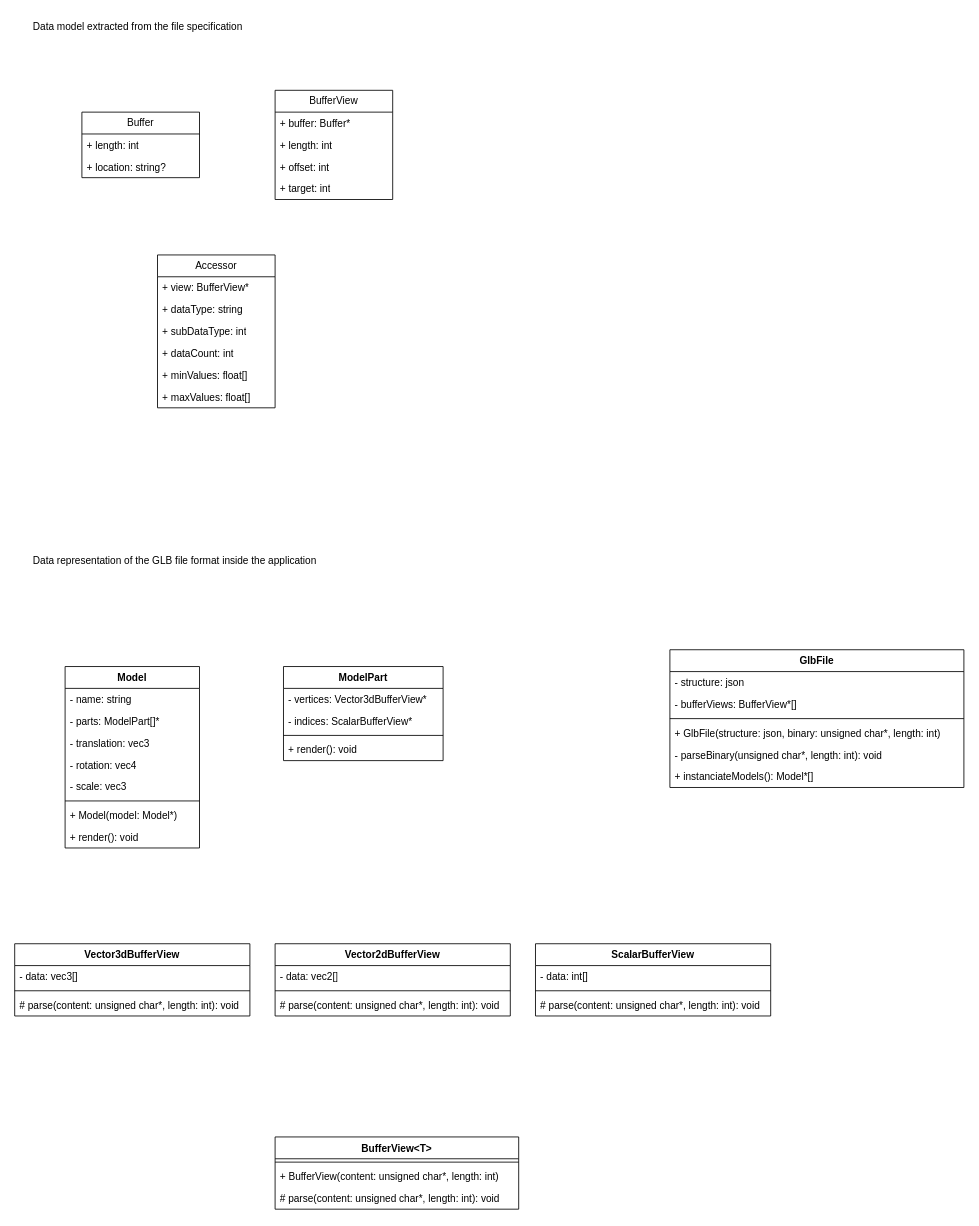
Before: docs/dev/glb_format.drawio in hoverwars/GLB-Viewer, a draw.io diagram. Source tidied: cells renumbered, new cells numbered last; positions are measured from the earlier drawing's top-left corner, leaving out a move shared by most shapes. Both pictures are drawn from the tidied source at 84%, with x=0, y=0 at pixel (14, 14).
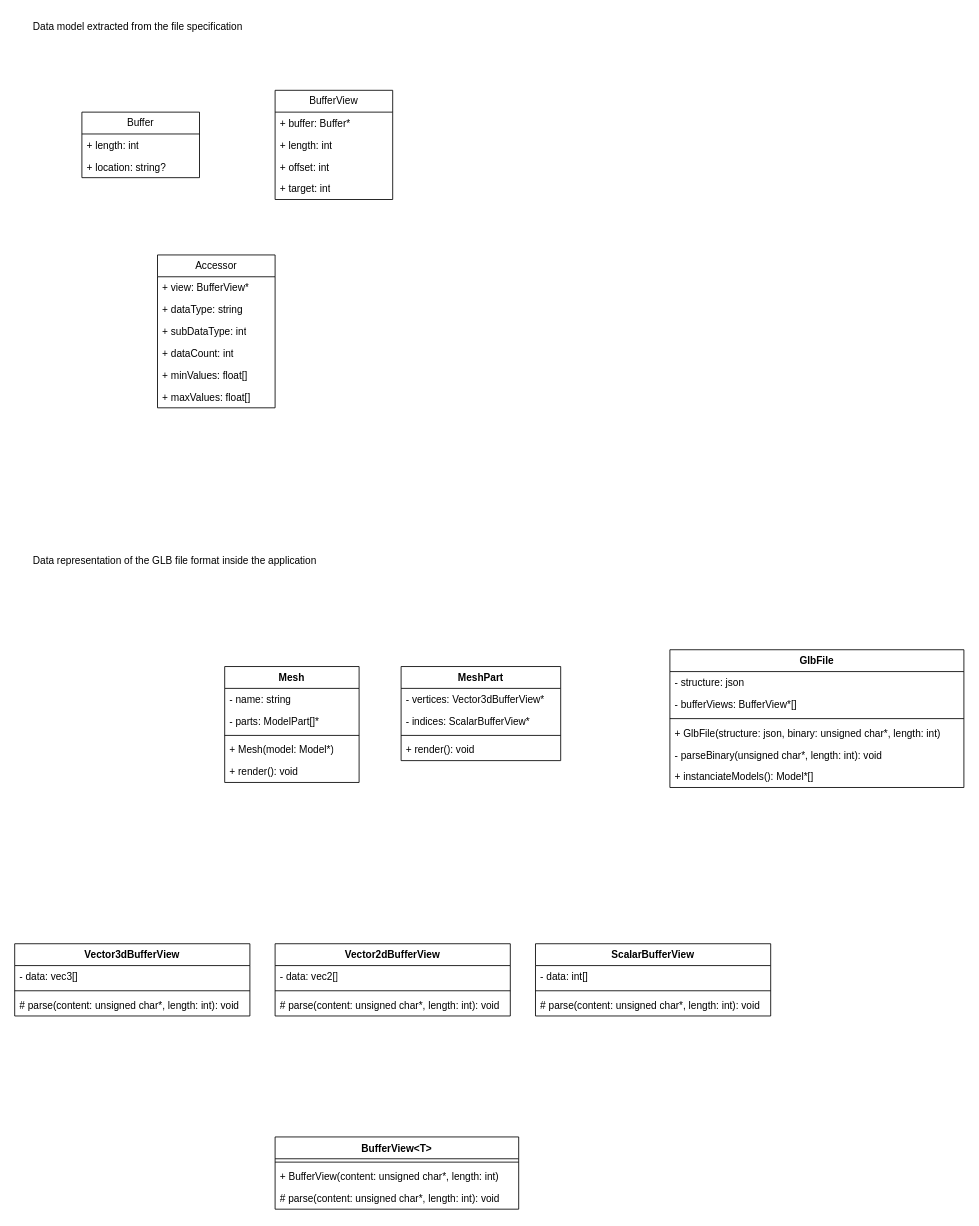
After the change.

The edit, as a diff of the source:
```diff
@@
-    <mxCell id="19" value="Model" style="swimlane;fontStyle=1;align=center;verticalAlign=top;horizontal=1;startSize=26;whiteSpace=wrap;html=1;" parent="1" vertex="1">
-      <mxGeometry x="60" y="776" width="160" height="216" as="geometry" />
+    <mxCell id="19" value="Mesh" style="swimlane;fontStyle=1;align=center;verticalAlign=top;horizontal=1;startSize=26;whiteSpace=wrap;html=1;" parent="1" vertex="1">
+      <mxGeometry x="250" y="776" width="160" height="138" as="geometry" />
     </mxCell>
@@
-    <mxCell id="22" value="&lt;div&gt;- translation: vec3&lt;/div&gt;" style="text;strokeColor=none;fillColor=none;align=left;verticalAlign=top;spacingLeft=4;spacingRight=4;overflow=hidden;whiteSpace=wrap;html=1;" parent="19" vertex="1">
-      <mxGeometry y="78" width="160" height="26" as="geometry" />
-    </mxCell>
-    <mxCell id="23" value="&lt;div&gt;- rotation: vec4&lt;/div&gt;" style="text;strokeColor=none;fillColor=none;align=left;verticalAlign=top;spacingLeft=4;spacingRight=4;overflow=hidden;whiteSpace=wrap;html=1;" parent="19" vertex="1">
-      <mxGeometry y="104" width="160" height="26" as="geometry" />
-    </mxCell>
-    <mxCell id="24" value="&lt;div&gt;- scale: vec3&lt;/div&gt;" style="text;strokeColor=none;fillColor=none;align=left;verticalAlign=top;spacingLeft=4;spacingRight=4;overflow=hidden;whiteSpace=wrap;html=1;" parent="19" vertex="1">
-      <mxGeometry y="130" width="160" height="26" as="geometry" />
-    </mxCell>
     <mxCell id="25" style="line;strokeWidth=1;fillColor=none;align=left;verticalAlign=middle;spacingTop=-1;spacingLeft=3;spacingRight=3;labelPosition=right;strokeColor=inherit;" parent="19" vertex="1">
-      <mxGeometry y="156" width="160" height="8" as="geometry" />
+      <mxGeometry y="78" width="160" height="8" as="geometry" />
     </mxCell>
-    <mxCell id="26" value="+ Model(model: Model*)" style="text;strokeColor=none;fillColor=none;align=left;verticalAlign=top;spacingLeft=4;spacingRight=4;overflow=hidden;whiteSpace=wrap;html=1;" parent="19" vertex="1">
-      <mxGeometry y="164" width="160" height="26" as="geometry" />
+    <mxCell id="26" value="+ Mesh(model: Model*)" style="text;strokeColor=none;fillColor=none;align=left;verticalAlign=top;spacingLeft=4;spacingRight=4;overflow=hidden;whiteSpace=wrap;html=1;" parent="19" vertex="1">
+      <mxGeometry y="86" width="160" height="26" as="geometry" />
     </mxCell>
     <mxCell id="27" value="+ render(): void" style="text;strokeColor=none;fillColor=none;align=left;verticalAlign=top;spacingLeft=4;spacingRight=4;overflow=hidden;whiteSpace=wrap;html=1;" parent="19" vertex="1">
-      <mxGeometry y="190" width="160" height="26" as="geometry" />
+      <mxGeometry y="112" width="160" height="26" as="geometry" />
     </mxCell>
-    <mxCell id="28" value="ModelPart" style="swimlane;fontStyle=1;align=center;verticalAlign=top;horizontal=1;startSize=26;whiteSpace=wrap;html=1;" parent="1" vertex="1">
-      <mxGeometry x="320" y="776" width="190" height="112" as="geometry" />
+    <mxCell id="28" value="MeshPart" style="swimlane;fontStyle=1;align=center;verticalAlign=top;horizontal=1;startSize=26;whiteSpace=wrap;html=1;" parent="1" vertex="1">
+      <mxGeometry x="460" y="776" width="190" height="112" as="geometry" />
     </mxCell>
```
